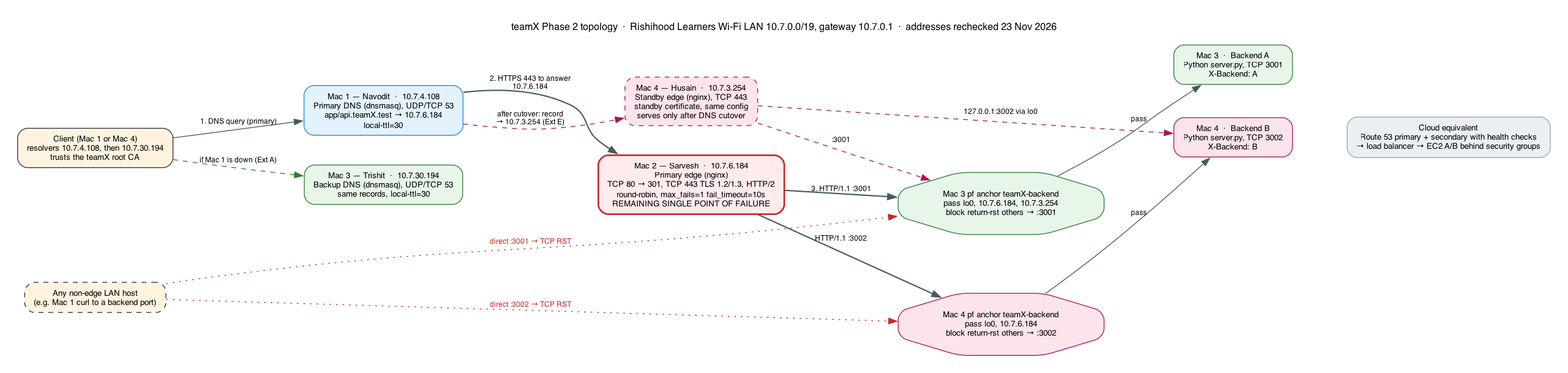
Earlier version of the Graphviz export 01_architecture/topology.png (HusainNST/CN). Its source is kept beside it as 01_architecture/topology.dot.
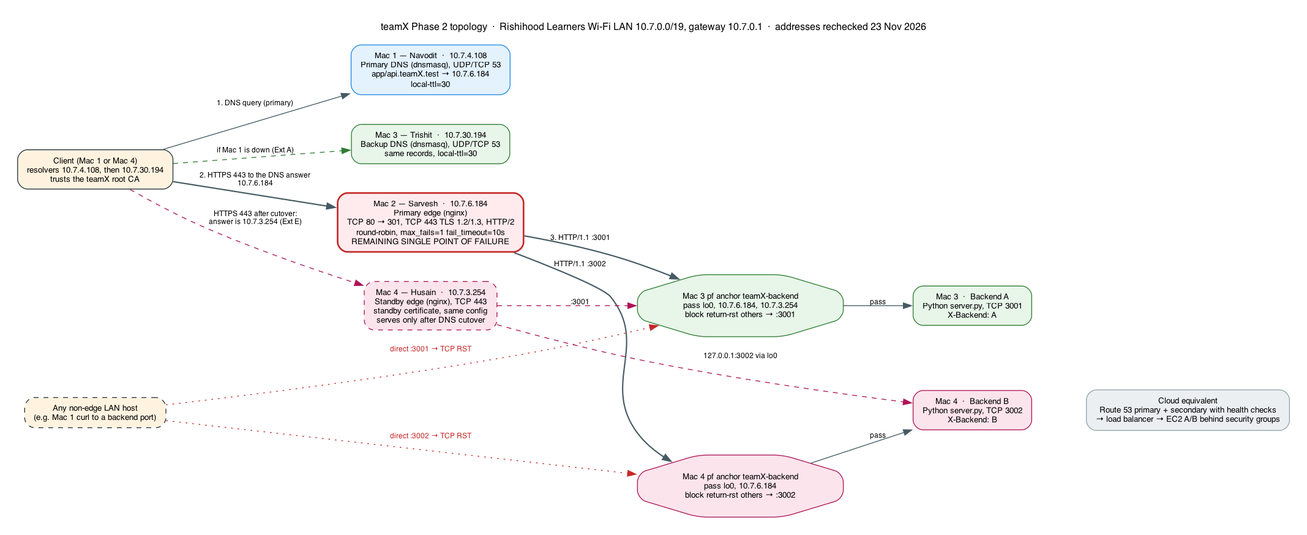
The same diagram one commit later.

Change to the diagram source:
```diff
@@ -23,17 +23,16 @@
     cloud [label="Cloud equivalent\nRoute 53 primary + secondary with health checks\n→ load balancer → EC2 A/B behind security groups", fillcolor="#eceff1", color="#90a4ae"];
 
     { rank=same; client; direct; }
-    { rank=same; dns1; dns3; }
-    { rank=same; edge2; edge4; }
+    { rank=same; dns1; dns3; edge2; edge4; }
     { rank=same; pf3; pf4; }
     { rank=same; backA; backB; }
-    dns3 -> edge2 [style=invis]; pf3 -> pf4 [style=invis, constraint=false];
+    pf3 -> pf4 [style=invis, constraint=false]; backA -> backB [style=invis, constraint=false];
 
     client -> dns1 [label="1. DNS query (primary)"];
     client -> dns3 [label="if Mac 1 is down (Ext A)", style=dashed, color="#2e7d32"];
 
-    dns1 -> edge2 [label="2. HTTPS 443 to answer\n10.7.6.184", penwidth=1.6];
-    dns1 -> edge4 [label="after cutover: record\n→ 10.7.3.254 (Ext E)", style=dashed, color="#ad1457"];
+    client -> edge2 [label="2. HTTPS 443 to the DNS answer\n10.7.6.184", penwidth=1.6];
+    client -> edge4 [label="HTTPS 443 after cutover:\nanswer is 10.7.3.254 (Ext E)", style=dashed, color="#ad1457"];
 
     edge2 -> pf3 [label="3. HTTP/1.1 :3001", penwidth=1.6];
     edge2 -> pf4 [label="HTTP/1.1 :3002", penwidth=1.6];
```
